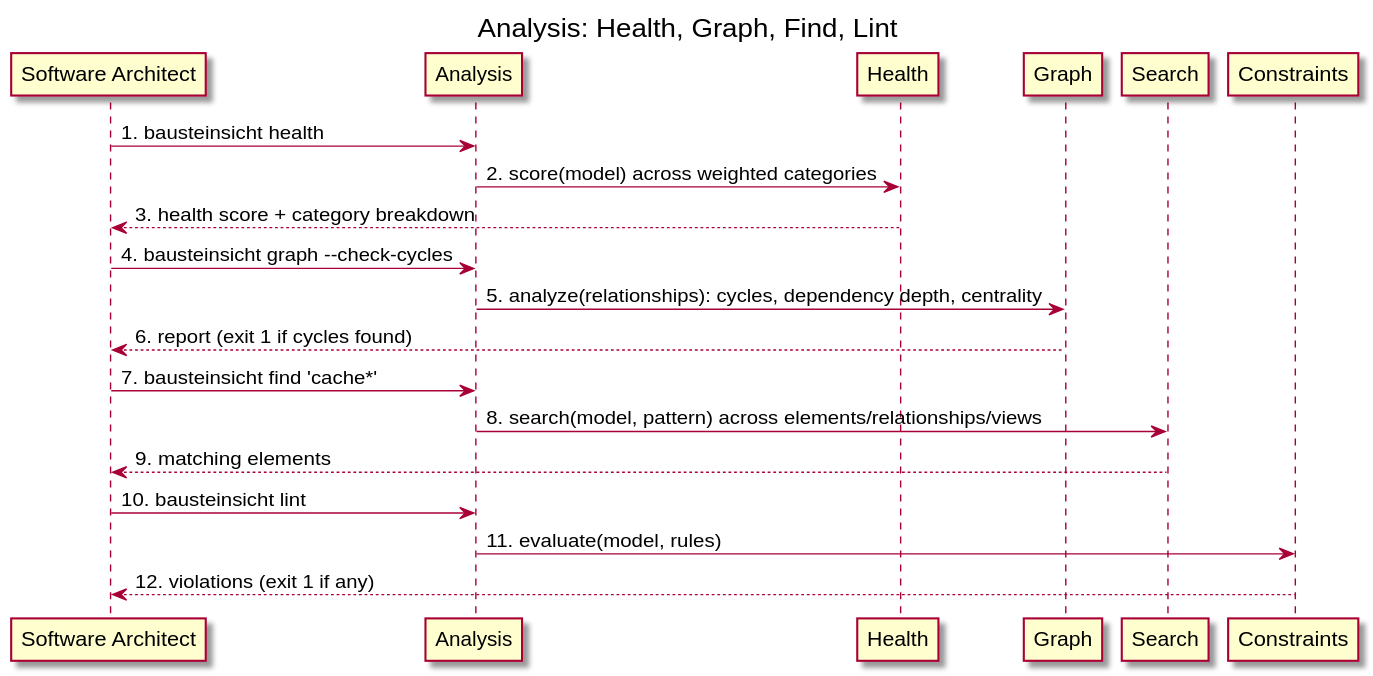
Earlier version of the PlantUML export src/docs/images/arc42/architecture-sequence-analysis-suite.svg (docToolchain/Bausteinsicht).
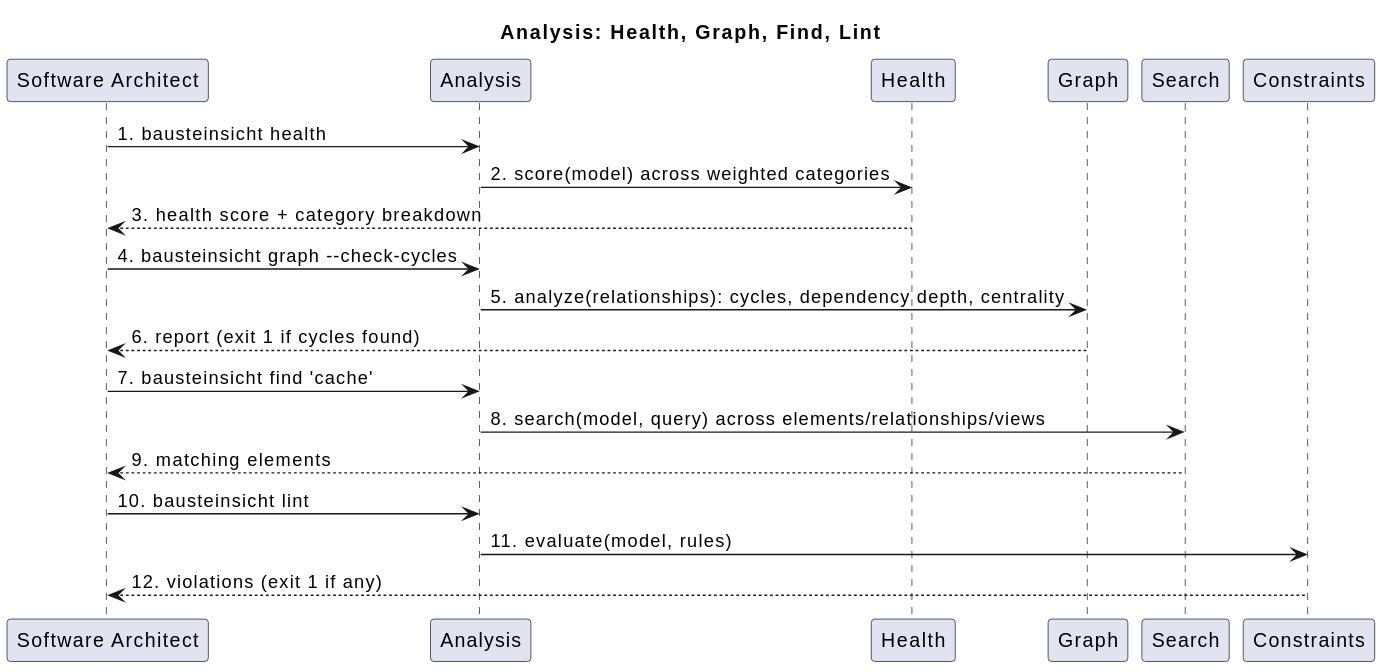
The same file after the commit.

Change to the diagram source:
```diff
@@ -1,4 +1,4 @@
-@startuml analysis_suite
+@startuml
 title Analysis: Health, Graph, Find, Lint
 
 participant "Software Architect" as architect
@@ -14,11 +14,10 @@
 architect -> bausteinsicht_cli_analysis : 4. bausteinsicht graph ‑‑check-cycles
 bausteinsicht_cli_analysis -> bausteinsicht_graph : 5. analyze(relationships): cycles, dependency depth, centrality
 bausteinsicht_graph --> architect : 6. report (exit 1 if cycles found)
-architect -> bausteinsicht_cli_analysis : 7. bausteinsicht find 'cache*'
-bausteinsicht_cli_analysis -> bausteinsicht_search : 8. search(model, pattern) across elements/relationships/views
+architect -> bausteinsicht_cli_analysis : 7. bausteinsicht find 'cache'
+bausteinsicht_cli_analysis -> bausteinsicht_search : 8. search(model, query) across elements/relationships/views
 bausteinsicht_search --> architect : 9. matching elements
 architect -> bausteinsicht_cli_analysis : 10. bausteinsicht lint
 bausteinsicht_cli_analysis -> bausteinsicht_constraints : 11. evaluate(model, rules)
 bausteinsicht_constraints --> architect : 12. violations (exit 1 if any)
-
 @enduml
```
